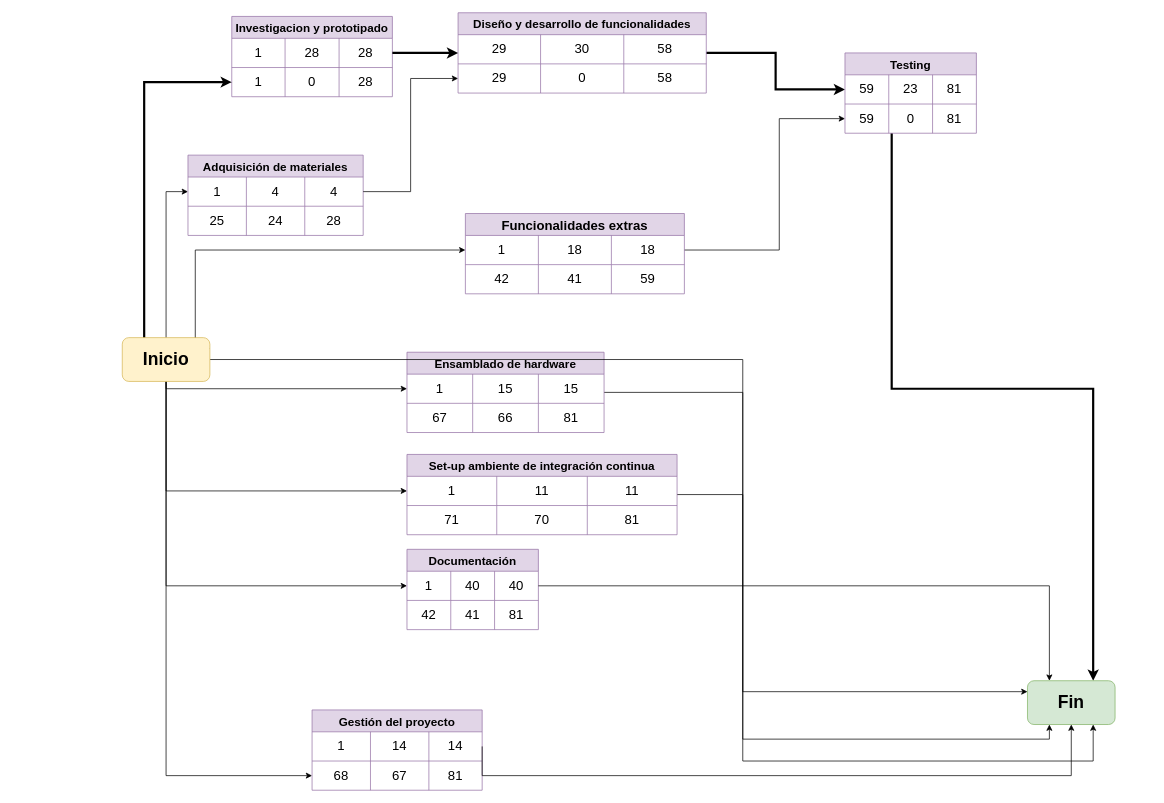
Above: page "Page-8" (7 of 10) of docs/ProyectoFinal.drawio in kronleuchter85/cese_proyecto_final (draw.io), before the change. Source tidied: cells renumbered, new cells numbered last; positions are measured from the earlier drawing's top-left corner, leaving out a move shared by most shapes. Both pictures are drawn from the tidied source at 73%, with x=0, y=0 at pixel (122, 12).
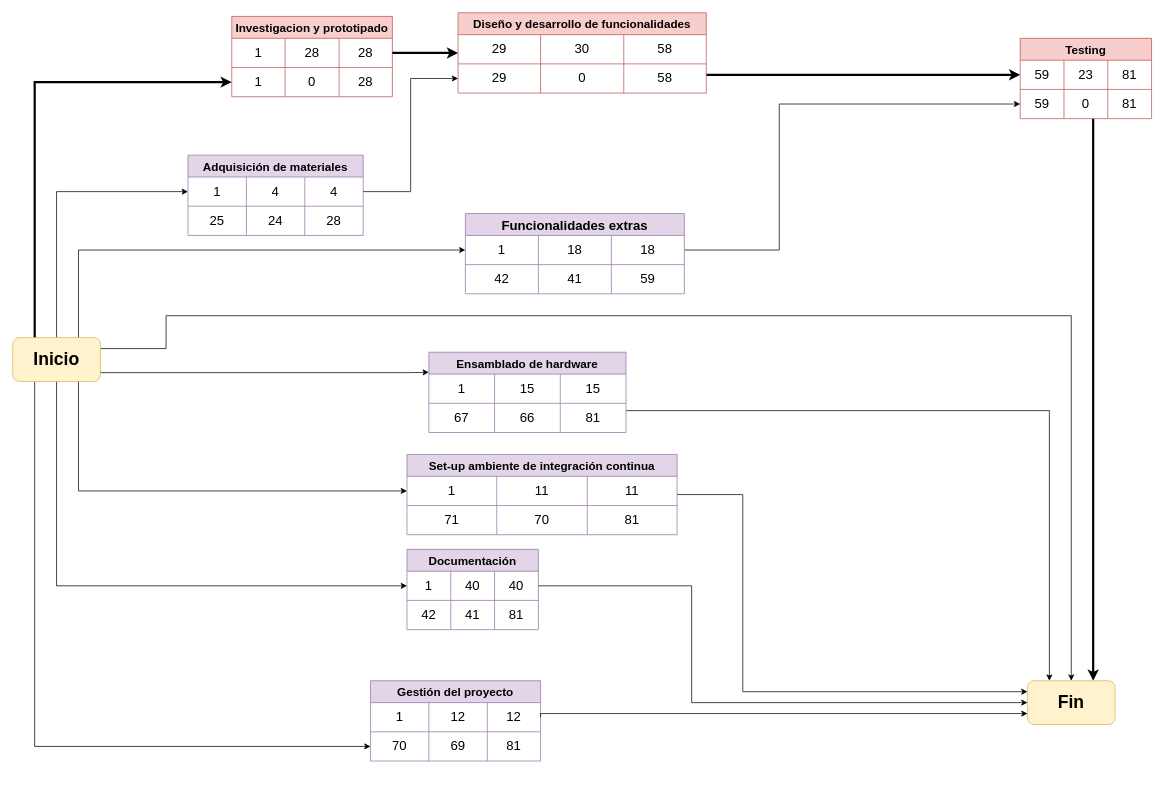
The same page after the edit.

The change refers to these unchanged cells:
```xml
<mxCell id="7" style="shape=tableRow;horizontal=0;startSize=0;swimlaneHead=0;swimlaneBody=0;top=0;left=0;bottom=0;right=0;fillColor=none;points=[[0,0.5],[1,0.5]];portConstraint=eastwest;" parent="2" vertex="1">
  <mxGeometry y="70" width="220" height="40" as="geometry" />
</mxCell>
<mxCell id="12" value="Set-up ambiente de integración continua" style="shape=table;startSize=30;childLayout=tableLayout;fontStyle=1;align=center;fillColor=#e1d5e7;strokeColor=#9673a6;fontSize=16;" parent="1" vertex="1">
  <mxGeometry x="390" y="605" width="370" height="110" as="geometry" />
</mxCell>
<mxCell id="13" style="shape=tableRow;horizontal=0;startSize=0;swimlaneHead=0;swimlaneBody=0;top=0;left=0;bottom=0;right=0;fillColor=none;points=[[0,0.5],[1,0.5]];portConstraint=eastwest;" parent="12" vertex="1">
  <mxGeometry y="30" width="370" height="40" as="geometry" />
</mxCell>
<mxCell id="34" style="shape=tableRow;horizontal=0;startSize=0;swimlaneHead=0;swimlaneBody=0;top=0;left=0;bottom=0;right=0;fillColor=none;points=[[0,0.5],[1,0.5]];portConstraint=eastwest;" parent="33" vertex="1">
  <mxGeometry y="30" width="180" height="40" as="geometry" />
</mxCell>
<mxCell id="38" style="shape=tableRow;horizontal=0;startSize=0;swimlaneHead=0;swimlaneBody=0;top=0;left=0;bottom=0;right=0;fillColor=none;points=[[0,0.5],[1,0.5]];portConstraint=eastwest;" parent="33" vertex="1">
  <mxGeometry y="70" width="180" height="40" as="geometry" />
</mxCell>
<mxCell id="44" style="shape=tableRow;horizontal=0;startSize=0;swimlaneHead=0;swimlaneBody=0;top=0;left=0;bottom=0;right=0;fillColor=none;points=[[0,0.5],[1,0.5]];portConstraint=eastwest;" parent="43" vertex="1">
  <mxGeometry y="30" width="270" height="40" as="geometry" />
</mxCell>
<mxCell id="63" style="shape=tableRow;horizontal=0;startSize=0;swimlaneHead=0;swimlaneBody=0;top=0;left=0;bottom=0;right=0;fillColor=none;points=[[0,0.5],[1,0.5]];portConstraint=eastwest;" parent="62" vertex="1">
  <mxGeometry y="30" width="300" height="40" as="geometry" />
</mxCell>
<mxCell id="72" style="shape=tableRow;horizontal=0;startSize=0;swimlaneHead=0;swimlaneBody=0;top=0;left=0;bottom=0;right=0;fillColor=none;points=[[0,0.5],[1,0.5]];portConstraint=eastwest;" parent="71" vertex="1">
  <mxGeometry y="30" width="180" height="40" as="geometry" />
</mxCell>
<mxCell id="83" style="shape=tableRow;horizontal=0;startSize=0;swimlaneHead=0;swimlaneBody=0;top=0;left=0;bottom=0;right=0;fillColor=none;points=[[0,0.5],[1,0.5]];portConstraint=eastwest;" parent="82" vertex="1">
  <mxGeometry y="30" width="240" height="40" as="geometry" />
</mxCell>
<mxCell id="92" style="shape=tableRow;horizontal=0;startSize=0;swimlaneHead=0;swimlaneBody=0;top=0;left=0;bottom=0;right=0;fillColor=none;points=[[0,0.5],[1,0.5]];portConstraint=eastwest;" parent="91" vertex="1">
  <mxGeometry y="30" width="233" height="40" as="geometry" />
</mxCell>
<mxCell id="96" style="shape=tableRow;horizontal=0;startSize=0;swimlaneHead=0;swimlaneBody=0;top=0;left=0;bottom=0;right=0;fillColor=none;points=[[0,0.5],[1,0.5]];portConstraint=eastwest;" parent="91" vertex="1">
  <mxGeometry y="70" width="233" height="40" as="geometry" />
</mxCell>
```

What changed in the source:
```diff
@@
-    <mxCell id="2" value="Investigacion y prototipado" style="shape=table;startSize=30;childLayout=tableLayout;fontStyle=1;align=center;fillColor=#e1d5e7;strokeColor=#9673a6;fontSize=16;" parent="1" vertex="1">
+    <mxCell id="2" value="Investigacion y prototipado" style="shape=table;startSize=30;childLayout=tableLayout;fontStyle=1;align=center;fillColor=#f8cecc;strokeColor=#b85450;fontSize=16;" parent="1" vertex="1">
       <mxGeometry x="150" y="5" width="220" height="110" as="geometry" />
     </mxCell>
@@
-    <mxCell id="11" style="edgeStyle=orthogonalEdgeStyle;rounded=0;jettySize=auto;html=1;entryX=0.75;entryY=1;entryDx=0;entryDy=0;" parent="1" edge="1" source="12" target="80">
+    <mxCell id="11" style="edgeStyle=orthogonalEdgeStyle;rounded=0;jettySize=auto;html=1;entryX=0;entryY=0.25;entryDx=0;entryDy=0;" parent="1" edge="1" source="12" target="80">
       <mxGeometry relative="1" as="geometry">
         <Array as="points">
           <mxPoint x="850" y="660" />
-          <mxPoint x="850" y="1025" />
-          <mxPoint x="1330" y="1025" />
+          <mxPoint x="850" y="930" />
         </Array>
       </mxGeometry>
     </mxCell>
@@
     <mxCell id="21" style="edgeStyle=orthogonalEdgeStyle;rounded=0;jettySize=auto;html=1;entryX=0;entryY=0.5;entryDx=0;entryDy=0;strokeWidth=3;" parent="1" edge="1" source="23" target="34">
-      <mxGeometry relative="1" as="geometry" />
+      <mxGeometry relative="1" as="geometry">
+        <Array as="points">
+          <mxPoint x="900" y="85" />
+          <mxPoint x="900" y="85" />
+        </Array>
+      </mxGeometry>
     </mxCell>
-    <mxCell id="22" style="edgeStyle=orthogonalEdgeStyle;rounded=0;jettySize=auto;html=1;entryX=0;entryY=0.5;entryDx=0;entryDy=0;exitX=1;exitY=0.25;exitDx=0;exitDy=0;" parent="1" edge="1" source="60" target="63">
+    <mxCell id="22" style="edgeStyle=orthogonalEdgeStyle;rounded=0;jettySize=auto;html=1;entryX=0;entryY=0.5;entryDx=0;entryDy=0;exitX=0.75;exitY=0;exitDx=0;exitDy=0;" parent="1" edge="1" source="60" target="63">
       <mxGeometry relative="1" as="geometry">
         <Array as="points">
-          <mxPoint x="100" y="460" />
-          <mxPoint x="100" y="325" />
+          <mxPoint x="-60" y="325" />
         </Array>
       </mxGeometry>
     </mxCell>
-    <mxCell id="23" value="Diseño y desarrollo de funcionalidades" style="shape=table;startSize=30;childLayout=tableLayout;fontStyle=1;align=center;fillColor=#e1d5e7;strokeColor=#9673a6;fontSize=16;" parent="1" vertex="1">
+    <mxCell id="23" value="Diseño y desarrollo de funcionalidades" style="shape=table;startSize=30;childLayout=tableLayout;fontStyle=1;align=center;fillColor=#f8cecc;strokeColor=#b85450;fontSize=16;" parent="1" vertex="1">
       <mxGeometry x="460" width="340" height="110" as="geometry" />
     </mxCell>
@@
     <mxCell id="32" style="edgeStyle=orthogonalEdgeStyle;rounded=0;jettySize=auto;html=1;strokeWidth=3;entryX=0.75;entryY=0;entryDx=0;entryDy=0;" parent="1" edge="1" source="33" target="80">
       <mxGeometry relative="1" as="geometry">
         <Array as="points">
-          <mxPoint x="1054" y="515" />
-          <mxPoint x="1330" y="515" />
+          <mxPoint x="1330" y="215" />
+          <mxPoint x="1330" y="215" />
         </Array>
       </mxGeometry>
     </mxCell>
-    <mxCell id="33" value="Testing" style="shape=table;startSize=30;childLayout=tableLayout;fontStyle=1;align=center;fillColor=#e1d5e7;strokeColor=#9673a6;fontSize=16;" parent="1" vertex="1">
-      <mxGeometry x="990" y="55" width="180" height="110" as="geometry" />
+    <mxCell id="33" value="Testing" style="shape=table;startSize=30;childLayout=tableLayout;fontStyle=1;align=center;fillColor=#f8cecc;strokeColor=#b85450;fontSize=16;" parent="1" vertex="1">
+      <mxGeometry x="1230" y="35" width="180" height="110" as="geometry" />
     </mxCell>
@@
-    <mxCell id="42" style="edgeStyle=orthogonalEdgeStyle;rounded=0;jettySize=auto;html=1;entryX=0;entryY=0.25;entryDx=0;entryDy=0;" parent="1" edge="1" source="43" target="80">
+    <mxCell id="42" style="edgeStyle=orthogonalEdgeStyle;rounded=0;jettySize=auto;html=1;entryX=0.25;entryY=0;entryDx=0;entryDy=0;" parent="1" edge="1" source="43" target="80">
       <mxGeometry relative="1" as="geometry">
         <Array as="points">
-          <mxPoint x="850" y="520" />
-          <mxPoint x="850" y="930" />
+          <mxPoint x="1270" y="545" />
         </Array>
       </mxGeometry>
     </mxCell>
     <mxCell id="43" value="Ensamblado de hardware" style="shape=table;startSize=30;childLayout=tableLayout;fontStyle=1;align=center;fillColor=#e1d5e7;strokeColor=#9673a6;fontSize=16;" parent="1" vertex="1">
-      <mxGeometry x="390" y="465" width="270" height="110" as="geometry" />
+      <mxGeometry x="420" y="465" width="270" height="110" as="geometry" />
     </mxCell>
@@
-    <mxCell id="53" style="edgeStyle=orthogonalEdgeStyle;rounded=0;jettySize=auto;html=1;entryX=0;entryY=0.5;entryDx=0;entryDy=0;strokeWidth=3;" parent="1" edge="1" source="60" target="7">
+    <mxCell id="53" style="edgeStyle=orthogonalEdgeStyle;rounded=0;jettySize=auto;html=1;entryX=0;entryY=0.5;entryDx=0;entryDy=0;strokeWidth=3;exitX=0.25;exitY=0;exitDx=0;exitDy=0;" parent="1" edge="1" source="60" target="7">
       <mxGeometry relative="1" as="geometry">
         <Array as="points">
-          <mxPoint x="30" y="95" />
+          <mxPoint x="-120" y="95" />
         </Array>
       </mxGeometry>
     </mxCell>
     <mxCell id="54" style="edgeStyle=orthogonalEdgeStyle;rounded=0;jettySize=auto;html=1;entryX=0;entryY=0.5;entryDx=0;entryDy=0;" parent="1" edge="1" source="60" target="13">
-      <mxGeometry relative="1" as="geometry" />
+      <mxGeometry relative="1" as="geometry">
+        <Array as="points">
+          <mxPoint x="-60" y="655" />
+        </Array>
+      </mxGeometry>
     </mxCell>
@@
-    <mxCell id="56" style="edgeStyle=orthogonalEdgeStyle;rounded=0;jettySize=auto;html=1;entryX=0;entryY=0.5;entryDx=0;entryDy=0;" parent="1" edge="1" source="60" target="44">
+    <mxCell id="56" style="edgeStyle=orthogonalEdgeStyle;rounded=0;jettySize=auto;html=1;entryX=0;entryY=0.25;entryDx=0;entryDy=0;exitX=1;exitY=0.75;exitDx=0;exitDy=0;" parent="1" edge="1" source="60" target="43">
       <mxGeometry relative="1" as="geometry">
         <Array as="points">
-          <mxPoint x="60" y="515" />
+          <mxPoint x="-30" y="493" />
+          <mxPoint x="390" y="493" />
         </Array>
       </mxGeometry>
     </mxCell>
-    <mxCell id="57" style="edgeStyle=orthogonalEdgeStyle;rounded=0;jettySize=auto;html=1;entryX=0;entryY=0.5;entryDx=0;entryDy=0;" parent="1" edge="1" source="60" target="83">
-      <mxGeometry relative="1" as="geometry" />
+    <mxCell id="57" style="edgeStyle=orthogonalEdgeStyle;rounded=0;jettySize=auto;html=1;entryX=0;entryY=0.5;entryDx=0;entryDy=0;exitX=0.5;exitY=0;exitDx=0;exitDy=0;" parent="1" edge="1" source="60" target="83">
+      <mxGeometry relative="1" as="geometry">
+        <Array as="points">
+          <mxPoint x="-90" y="245" />
+        </Array>
+      </mxGeometry>
     </mxCell>
-    <mxCell id="58" style="edgeStyle=orthogonalEdgeStyle;rounded=0;jettySize=auto;html=1;entryX=0.25;entryY=1;entryDx=0;entryDy=0;strokeWidth=1;" parent="1" edge="1" source="60" target="80">
+    <mxCell id="58" style="edgeStyle=orthogonalEdgeStyle;rounded=0;jettySize=auto;html=1;strokeWidth=1;exitX=1;exitY=0.25;exitDx=0;exitDy=0;entryX=0.5;entryY=0;entryDx=0;entryDy=0;" parent="1" edge="1" source="60" target="80">
       <mxGeometry relative="1" as="geometry">
         <Array as="points">
-          <mxPoint x="850" y="475" />
-          <mxPoint x="850" y="995" />
-          <mxPoint x="1270" y="995" />
+          <mxPoint x="60" y="460" />
+          <mxPoint x="60" y="415" />
+          <mxPoint x="1300" y="415" />
         </Array>
       </mxGeometry>
     </mxCell>
     <mxCell id="59" style="edgeStyle=orthogonalEdgeStyle;rounded=0;jettySize=auto;html=1;entryX=0;entryY=0.5;entryDx=0;entryDy=0;" parent="1" edge="1" source="60" target="96">
-      <mxGeometry relative="1" as="geometry" />
+      <mxGeometry relative="1" as="geometry">
+        <Array as="points">
+          <mxPoint x="-120" y="1005" />
+        </Array>
+      </mxGeometry>
     </mxCell>
     <mxCell id="60" value="Inicio" style="rounded=1;whiteSpace=wrap;html=1;fillColor=#fff2cc;strokeColor=#d6b656;fontSize=24;fontStyle=1;" parent="1" vertex="1">
-      <mxGeometry y="445" width="120" height="60" as="geometry" />
+      <mxGeometry x="-150" y="445" width="120" height="60" as="geometry" />
     </mxCell>
     <mxCell id="61" style="edgeStyle=orthogonalEdgeStyle;rounded=0;jettySize=auto;html=1;entryX=0;entryY=0.5;entryDx=0;entryDy=0;exitX=1;exitY=0.5;exitDx=0;exitDy=0;" parent="1" edge="1" source="63" target="38">
       <mxGeometry relative="1" as="geometry">
         <Array as="points">
           <mxPoint x="900" y="325" />
-          <mxPoint x="900" y="145" />
+          <mxPoint x="900" y="125" />
         </Array>
       </mxGeometry>
     </mxCell>
@@
-    <mxCell id="80" value="Fin" style="rounded=1;whiteSpace=wrap;html=1;fillColor=#d5e8d4;strokeColor=#82b366;fontSize=24;fontStyle=1;" parent="1" vertex="1">
+    <mxCell id="80" value="Fin" style="rounded=1;whiteSpace=wrap;html=1;fillColor=#fff2cc;strokeColor=#d6b656;fontSize=24;fontStyle=1;" parent="1" vertex="1">
       <mxGeometry x="1240" y="915" width="120" height="60" as="geometry" />
     </mxCell>
-    <mxCell id="81" style="edgeStyle=orthogonalEdgeStyle;rounded=0;jettySize=auto;html=1;entryX=0.25;entryY=0;entryDx=0;entryDy=0;exitX=1;exitY=0.5;exitDx=0;exitDy=0;" parent="1" edge="1" source="72" target="80">
+    <mxCell id="81" style="edgeStyle=orthogonalEdgeStyle;rounded=0;jettySize=auto;html=1;exitX=1;exitY=0.5;exitDx=0;exitDy=0;entryX=0;entryY=0.5;entryDx=0;entryDy=0;" parent="1" edge="1" source="72" target="80">
       <mxGeometry relative="1" as="geometry">
         <Array as="points">
-          <mxPoint x="1270" y="785" />
+          <mxPoint x="780" y="785" />
+          <mxPoint x="780" y="945" />
         </Array>
       </mxGeometry>
     </mxCell>
@@
     <mxCell id="91" value="Gestión del proyecto" style="shape=table;startSize=30;childLayout=tableLayout;fontStyle=1;align=center;fillColor=#e1d5e7;strokeColor=#9673a6;fontSize=16;" parent="1" vertex="1">
-      <mxGeometry x="260" y="955" width="233" height="110" as="geometry" />
+      <mxGeometry x="340" y="915" width="233" height="110" as="geometry" />
     </mxCell>
@@
-    <mxCell id="94" value="14" style="shape=partialRectangle;html=1;whiteSpace=wrap;fillColor=none;top=0;left=0;bottom=0;right=0;overflow=hidden;fontSize=18;" parent="92" vertex="1">
+    <mxCell id="94" value="12" style="shape=partialRectangle;html=1;whiteSpace=wrap;fillColor=none;top=0;left=0;bottom=0;right=0;overflow=hidden;fontSize=18;" parent="92" vertex="1">
       <mxGeometry x="80" width="80" height="40" as="geometry" />
     </mxCell>
-    <mxCell id="95" value="14" style="shape=partialRectangle;html=1;whiteSpace=wrap;fillColor=none;top=0;left=0;bottom=0;right=0;overflow=hidden;fontSize=18;" parent="92" vertex="1">
+    <mxCell id="95" value="12" style="shape=partialRectangle;html=1;whiteSpace=wrap;fillColor=none;top=0;left=0;bottom=0;right=0;overflow=hidden;fontSize=18;" parent="92" vertex="1">
       <mxGeometry x="160" width="73" height="40" as="geometry" />
     </mxCell>
@@
-    <mxCell id="97" value="68" style="shape=partialRectangle;html=1;whiteSpace=wrap;fillColor=none;top=0;left=0;bottom=0;right=0;overflow=hidden;fontSize=18;" parent="96" vertex="1">
+    <mxCell id="97" value="70" style="shape=partialRectangle;html=1;whiteSpace=wrap;fillColor=none;top=0;left=0;bottom=0;right=0;overflow=hidden;fontSize=18;" parent="96" vertex="1">
       <mxGeometry width="80" height="40" as="geometry" />
     </mxCell>
-    <mxCell id="98" value="67" style="shape=partialRectangle;html=1;whiteSpace=wrap;fillColor=none;top=0;left=0;bottom=0;right=0;overflow=hidden;fontSize=18;" parent="96" vertex="1">
+    <mxCell id="98" value="69" style="shape=partialRectangle;html=1;whiteSpace=wrap;fillColor=none;top=0;left=0;bottom=0;right=0;overflow=hidden;fontSize=18;" parent="96" vertex="1">
       <mxGeometry x="80" width="80" height="40" as="geometry" />
     </mxCell>
@@
-    <mxCell id="100" style="edgeStyle=orthogonalEdgeStyle;rounded=0;jettySize=auto;html=1;exitX=1;exitY=0.5;exitDx=0;exitDy=0;" parent="1" edge="1" source="92">
+    <mxCell id="100" style="edgeStyle=orthogonalEdgeStyle;rounded=0;jettySize=auto;html=1;exitX=1;exitY=0.5;exitDx=0;exitDy=0;entryX=0;entryY=0.75;entryDx=0;entryDy=0;" parent="1" edge="1" source="92" target="80">
       <mxGeometry relative="1" as="geometry">
-        <mxPoint x="1300" y="975" as="targetPoint" />
         <Array as="points">
-          <mxPoint x="493" y="1045" />
-          <mxPoint x="1300" y="1045" />
+          <mxPoint x="573" y="960" />
         </Array>
       </mxGeometry>
     </mxCell>
```
